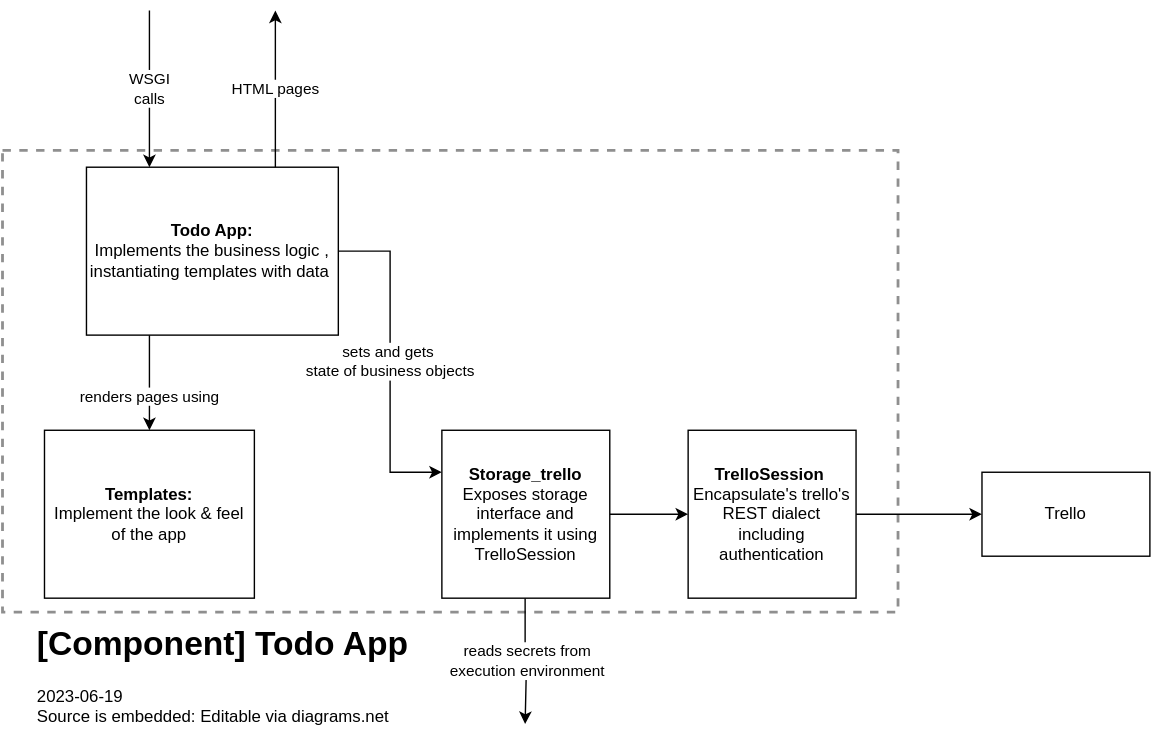
sweavo/devops-course-starter keeps this draw.io diagram as architecture/c4-2.svg. Above is the earlier version. Source tidied: cells renumbered, new cells last; positions are measured from the earlier drawing's top-left corner, leaving out a move shared by most shapes. Its diagram source:
```xml
<mxGraphModel>
  <root>
    <mxCell id="0" />
    <mxCell id="1" parent="0" />
    <mxCell id="2" style="rounded=0;whiteSpace=wrap;html=1;fillColor=none;dashed=1;strokeWidth=2;strokeColor=#8F8F8F;" parent="1" vertex="1">
      <mxGeometry y="100" width="640" height="330" as="geometry" />
    </mxCell>
    <mxCell id="3" value="&lt;h1&gt;[Component] Todo App&lt;/h1&gt;&lt;div&gt;2023-06-19&lt;/div&gt;&lt;div&gt;Source is embedded: Editable via diagrams.net&lt;/div&gt;" style="text;html=1;strokeColor=none;fillColor=none;spacing=5;spacingTop=-20;whiteSpace=wrap;overflow=hidden;rounded=0;" parent="1" vertex="1">
      <mxGeometry x="20" y="433" width="280" height="90" as="geometry" />
    </mxCell>
    <mxCell id="4" value="Trello" style="rounded=0;whiteSpace=wrap;html=1;" parent="1" vertex="1">
      <mxGeometry x="700" y="330" width="120" height="60" as="geometry" />
    </mxCell>
    <mxCell id="5" value="renders pages using" style="edgeStyle=orthogonalEdgeStyle;rounded=0;jettySize=auto;html=1;exitX=0.25;exitY=1;exitDx=0;exitDy=0;" parent="1" edge="1" source="7" target="11">
      <mxGeometry x="0.3" relative="1" as="geometry" />
    </mxCell>
    <mxCell id="6" value="sets and gets&amp;nbsp;&lt;br&gt;state of business objects" style="edgeStyle=orthogonalEdgeStyle;rounded=0;jettySize=auto;html=1;entryX=0;entryY=0.25;entryDx=0;entryDy=0;" parent="1" edge="1" source="7" target="10">
      <mxGeometry relative="1" as="geometry" />
    </mxCell>
    <mxCell id="7" value="&lt;b&gt;Todo App: &lt;/b&gt;&lt;br&gt;Implements the business logic , instantiating templates with data&amp;nbsp;" style="rounded=0;whiteSpace=wrap;html=1;" parent="1" vertex="1">
      <mxGeometry x="60" y="112" width="180" height="120" as="geometry" />
    </mxCell>
    <mxCell id="8" style="edgeStyle=orthogonalEdgeStyle;rounded=0;jettySize=auto;html=1;" parent="1" edge="1" source="10" target="15">
      <mxGeometry relative="1" as="geometry" />
    </mxCell>
    <mxCell id="9" value="reads secrets from &lt;br&gt;execution environment" style="edgeStyle=orthogonalEdgeStyle;rounded=0;orthogonalLoop=1;jettySize=auto;html=1;" parent="1" edge="1">
      <mxGeometry relative="1" as="geometry">
        <mxPoint x="373.5" y="420" as="sourcePoint" />
        <mxPoint x="373.5" y="510" as="targetPoint" />
        <Array as="points">
          <mxPoint x="373.5" y="465" />
          <mxPoint x="374.5" y="465" />
        </Array>
      </mxGeometry>
    </mxCell>
    <mxCell id="10" value="&lt;b&gt;Storage_trello&lt;br&gt;&lt;/b&gt;Exposes storage interface and implements it using TrelloSession" style="rounded=0;whiteSpace=wrap;html=1;" parent="1" vertex="1">
      <mxGeometry x="314" y="300" width="120" height="120" as="geometry" />
    </mxCell>
    <mxCell id="11" value="&lt;b&gt;Templates:&lt;/b&gt;&lt;br&gt;Implement the look &amp;amp; feel of the app" style="rounded=0;whiteSpace=wrap;html=1;" parent="1" vertex="1">
      <mxGeometry x="30" y="300" width="150" height="120" as="geometry" />
    </mxCell>
    <mxCell id="12" value="HTML pages" style="endArrow=classic;html=1;rounded=0;exitX=0.75;exitY=0;exitDx=0;exitDy=0;" parent="1" edge="1" source="7">
      <mxGeometry relative="1" as="geometry">
        <mxPoint x="195" as="targetPoint" />
      </mxGeometry>
    </mxCell>
    <mxCell id="13" value="WSGI&lt;br&gt;calls" style="endArrow=classic;html=1;rounded=0;entryX=0.25;entryY=0;entryDx=0;entryDy=0;" parent="1" edge="1" target="7">
      <mxGeometry relative="1" as="geometry">
        <mxPoint x="105" as="sourcePoint" />
      </mxGeometry>
    </mxCell>
    <mxCell id="14" style="edgeStyle=orthogonalEdgeStyle;rounded=0;jettySize=auto;html=1;" parent="1" edge="1" source="15" target="4">
      <mxGeometry relative="1" as="geometry" />
    </mxCell>
    <mxCell id="15" value="&lt;b&gt;TrelloSession&amp;nbsp;&lt;/b&gt;&lt;br&gt;Encapsulate's trello's REST dialect including authentication" style="rounded=0;whiteSpace=wrap;html=1;" parent="1" vertex="1">
      <mxGeometry x="490" y="300" width="120" height="120" as="geometry" />
    </mxCell>
  </root>
</mxGraphModel>
```
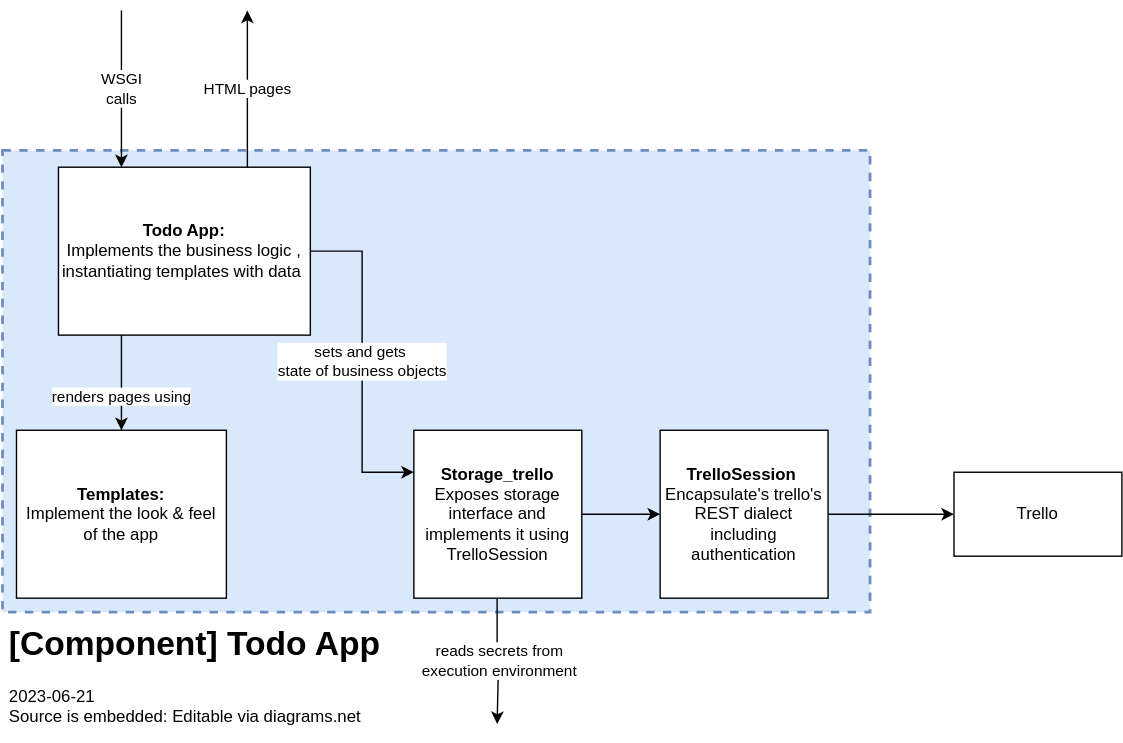
After the commit.

The edit, as a diff of the source:
```diff
@@ -2,10 +2,10 @@
   <root>
     <mxCell id="0" />
     <mxCell id="1" parent="0" />
-    <mxCell id="2" style="rounded=0;whiteSpace=wrap;html=1;fillColor=none;dashed=1;strokeWidth=2;strokeColor=#8F8F8F;" parent="1" vertex="1">
-      <mxGeometry y="100" width="640" height="330" as="geometry" />
+    <mxCell id="2" style="rounded=0;whiteSpace=wrap;html=1;fillColor=#dae8fc;dashed=1;strokeWidth=2;strokeColor=#6c8ebf;" parent="1" vertex="1">
+      <mxGeometry x="20" y="100" width="620" height="330" as="geometry" />
     </mxCell>
-    <mxCell id="3" value="&lt;h1&gt;[Component] Todo App&lt;/h1&gt;&lt;div&gt;2023-06-19&lt;/div&gt;&lt;div&gt;Source is embedded: Editable via diagrams.net&lt;/div&gt;" style="text;html=1;strokeColor=none;fillColor=none;spacing=5;spacingTop=-20;whiteSpace=wrap;overflow=hidden;rounded=0;" parent="1" vertex="1">
+    <mxCell id="3" value="&lt;h1&gt;[Component] Todo App&lt;/h1&gt;&lt;div&gt;2023-06-21&lt;/div&gt;&lt;div&gt;Source is embedded: Editable via diagrams.net&lt;/div&gt;" style="text;html=1;strokeColor=none;fillColor=none;spacing=5;spacingTop=-20;whiteSpace=wrap;overflow=hidden;rounded=0;" parent="1" vertex="1">
       <mxGeometry x="20" y="433" width="280" height="90" as="geometry" />
     </mxCell>
     <mxCell id="4" value="Trello" style="rounded=0;whiteSpace=wrap;html=1;" parent="1" vertex="1">
```
